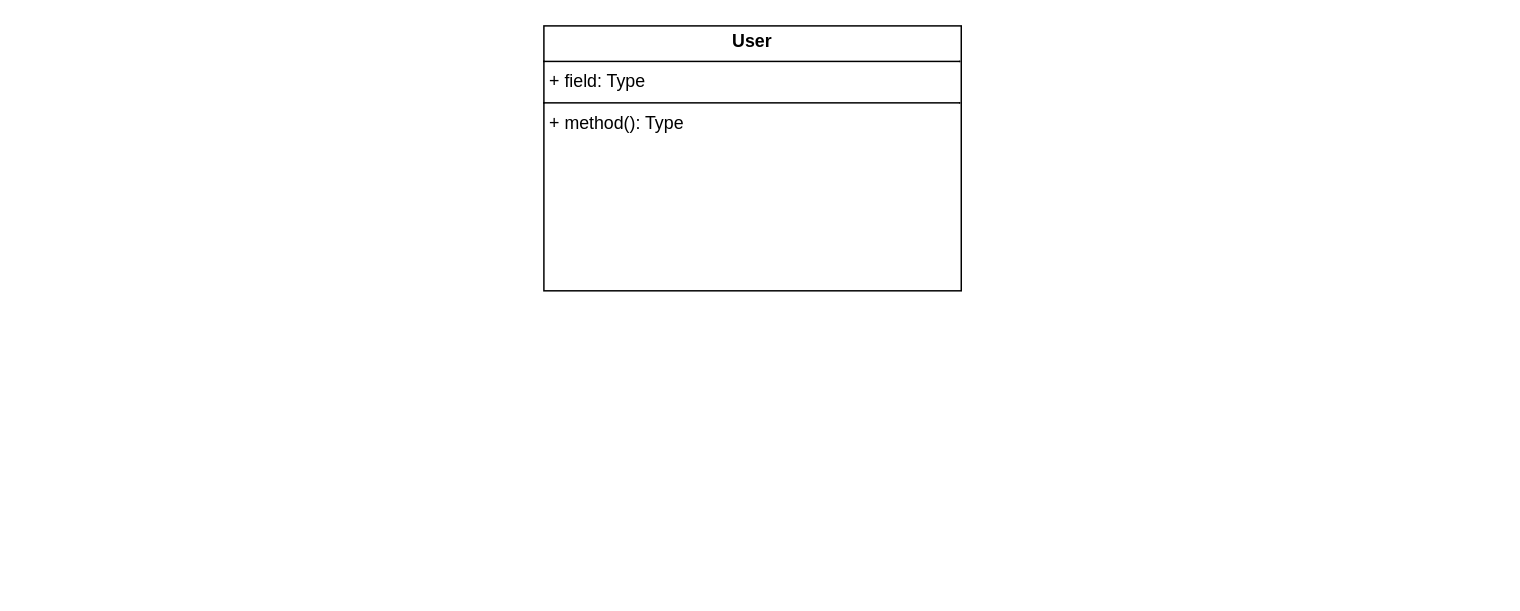
Before: Class_diagram.drawio in OU-Hostel-Management/OU-Hostel-System, a draw.io diagram. Source tidied: cells renumbered, new cells numbered last; positions are measured from the earlier drawing's top-left corner, leaving out a move shared by most shapes. Both pictures are drawn from the tidied source at 148%, with x=0, y=0 at pixel (543, 25).
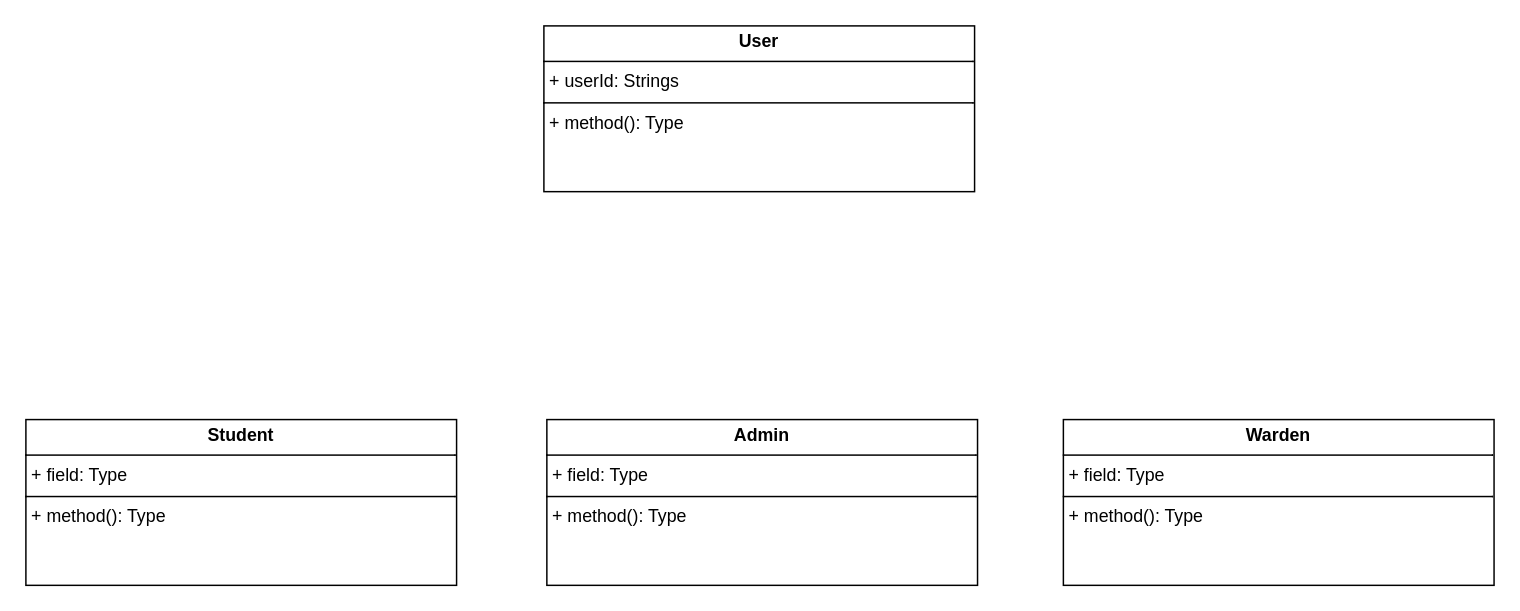
The same diagram, later.

What changed in the source:
```diff
@@
 <mxGraphModel>
   <root>
     <mxCell id="0" />
     <mxCell id="1" parent="0" />
-    <mxCell id="2" value="&lt;p style=&quot;margin:0px;margin-top:4px;text-align:center;&quot;&gt;&lt;b&gt;User&lt;/b&gt;&lt;/p&gt;&lt;hr size=&quot;1&quot; style=&quot;border-style:solid;&quot;&gt;&lt;p style=&quot;margin:0px;margin-left:4px;&quot;&gt;+ field: Type&lt;/p&gt;&lt;hr size=&quot;1&quot; style=&quot;border-style:solid;&quot;&gt;&lt;p style=&quot;margin:0px;margin-left:4px;&quot;&gt;+ method(): Type&lt;/p&gt;" style="verticalAlign=top;align=left;overflow=fill;html=1;whiteSpace=wrap;" parent="1" vertex="1">
-      <mxGeometry width="282" height="179" as="geometry" />
+    <mxCell id="2" value="&lt;p style=&quot;margin:0px;margin-top:4px;text-align:center;&quot;&gt;&lt;b&gt;User&lt;/b&gt;&lt;/p&gt;&lt;hr size=&quot;1&quot; style=&quot;border-style:solid;&quot;&gt;&lt;p style=&quot;margin:0px;margin-left:4px;&quot;&gt;+ userId: Strings&lt;/p&gt;&lt;hr size=&quot;1&quot; style=&quot;border-style:solid;&quot;&gt;&lt;p style=&quot;margin:0px;margin-left:4px;&quot;&gt;+ method(): Type&lt;/p&gt;" style="verticalAlign=top;align=left;overflow=fill;html=1;whiteSpace=wrap;" parent="1" vertex="1">
+      <mxGeometry width="291" height="112" as="geometry" />
     </mxCell>
+    <mxCell id="3" value="&lt;p style=&quot;margin:0px;margin-top:4px;text-align:center;&quot;&gt;&lt;b&gt;Student&lt;/b&gt;&lt;/p&gt;&lt;hr size=&quot;1&quot; style=&quot;border-style:solid;&quot;&gt;&lt;p style=&quot;margin:0px;margin-left:4px;&quot;&gt;+ field: Type&lt;/p&gt;&lt;hr size=&quot;1&quot; style=&quot;border-style:solid;&quot;&gt;&lt;p style=&quot;margin:0px;margin-left:4px;&quot;&gt;+ method(): Type&lt;/p&gt;" style="verticalAlign=top;align=left;overflow=fill;html=1;whiteSpace=wrap;" parent="1" vertex="1">
+      <mxGeometry x="-350" y="266" width="291" height="112" as="geometry" />
+    </mxCell>
+    <mxCell id="4" value="&lt;p style=&quot;margin:0px;margin-top:4px;text-align:center;&quot;&gt;&lt;b&gt;Admin&lt;/b&gt;&lt;/p&gt;&lt;hr size=&quot;1&quot; style=&quot;border-style:solid;&quot;&gt;&lt;p style=&quot;margin:0px;margin-left:4px;&quot;&gt;+ field: Type&lt;/p&gt;&lt;hr size=&quot;1&quot; style=&quot;border-style:solid;&quot;&gt;&lt;p style=&quot;margin:0px;margin-left:4px;&quot;&gt;+ method(): Type&lt;/p&gt;" style="verticalAlign=top;align=left;overflow=fill;html=1;whiteSpace=wrap;" parent="1" vertex="1">
+      <mxGeometry x="2" y="266" width="291" height="112" as="geometry" />
+    </mxCell>
+    <mxCell id="5" value="&lt;p style=&quot;margin:0px;margin-top:4px;text-align:center;&quot;&gt;&lt;b&gt;Warden&lt;/b&gt;&lt;/p&gt;&lt;hr size=&quot;1&quot; style=&quot;border-style:solid;&quot;&gt;&lt;p style=&quot;margin:0px;margin-left:4px;&quot;&gt;+ field: Type&lt;/p&gt;&lt;hr size=&quot;1&quot; style=&quot;border-style:solid;&quot;&gt;&lt;p style=&quot;margin:0px;margin-left:4px;&quot;&gt;+ method(): Type&lt;/p&gt;" style="verticalAlign=top;align=left;overflow=fill;html=1;whiteSpace=wrap;" parent="1" vertex="1">
+      <mxGeometry x="351" y="266" width="291" height="112" as="geometry" />
+    </mxCell>
   </root>
 </mxGraphModel>
```
